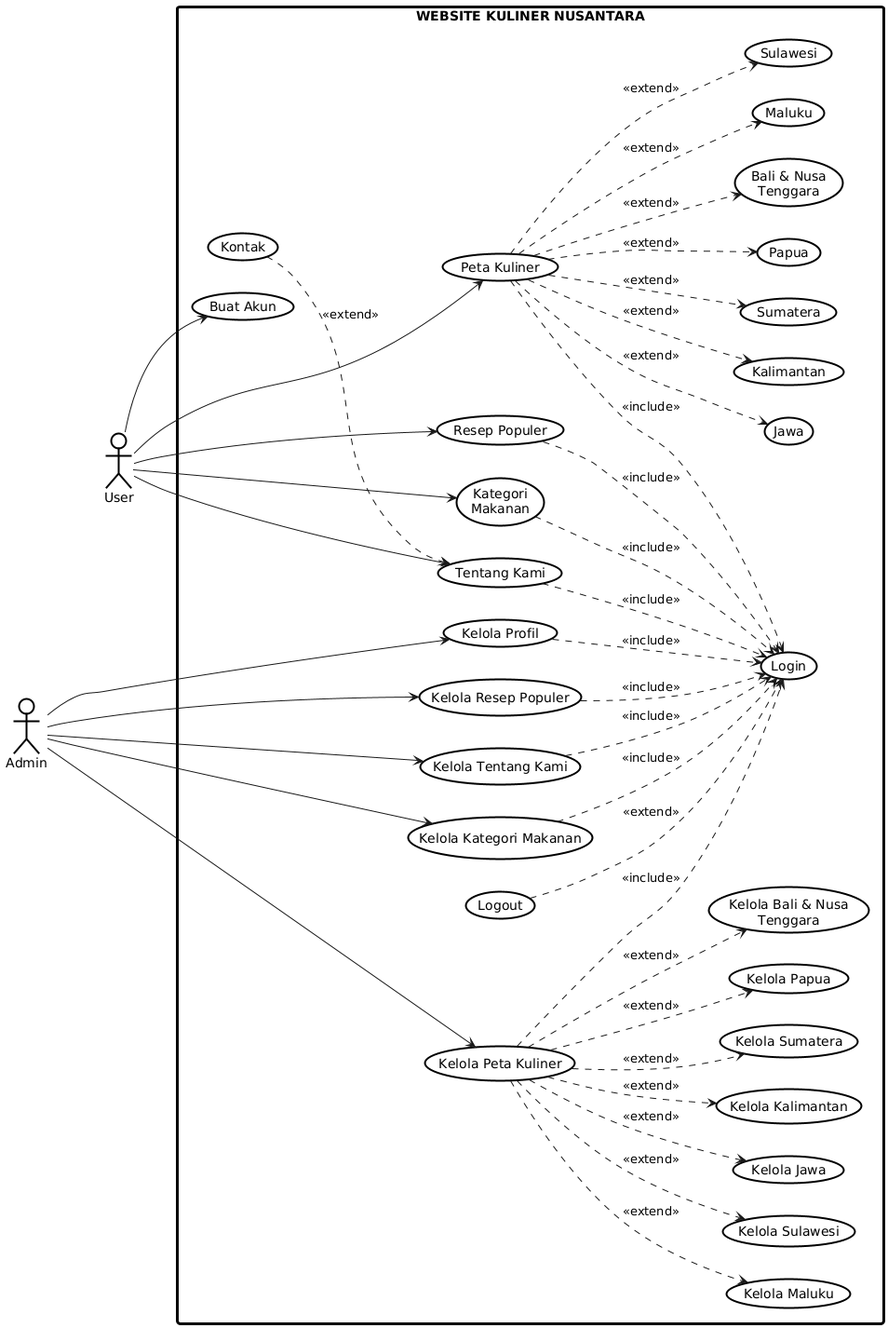
Above: image/Use Case Revisi Final.png in salmaarayyan/projectPDW2025 (PlantUML), before the change.
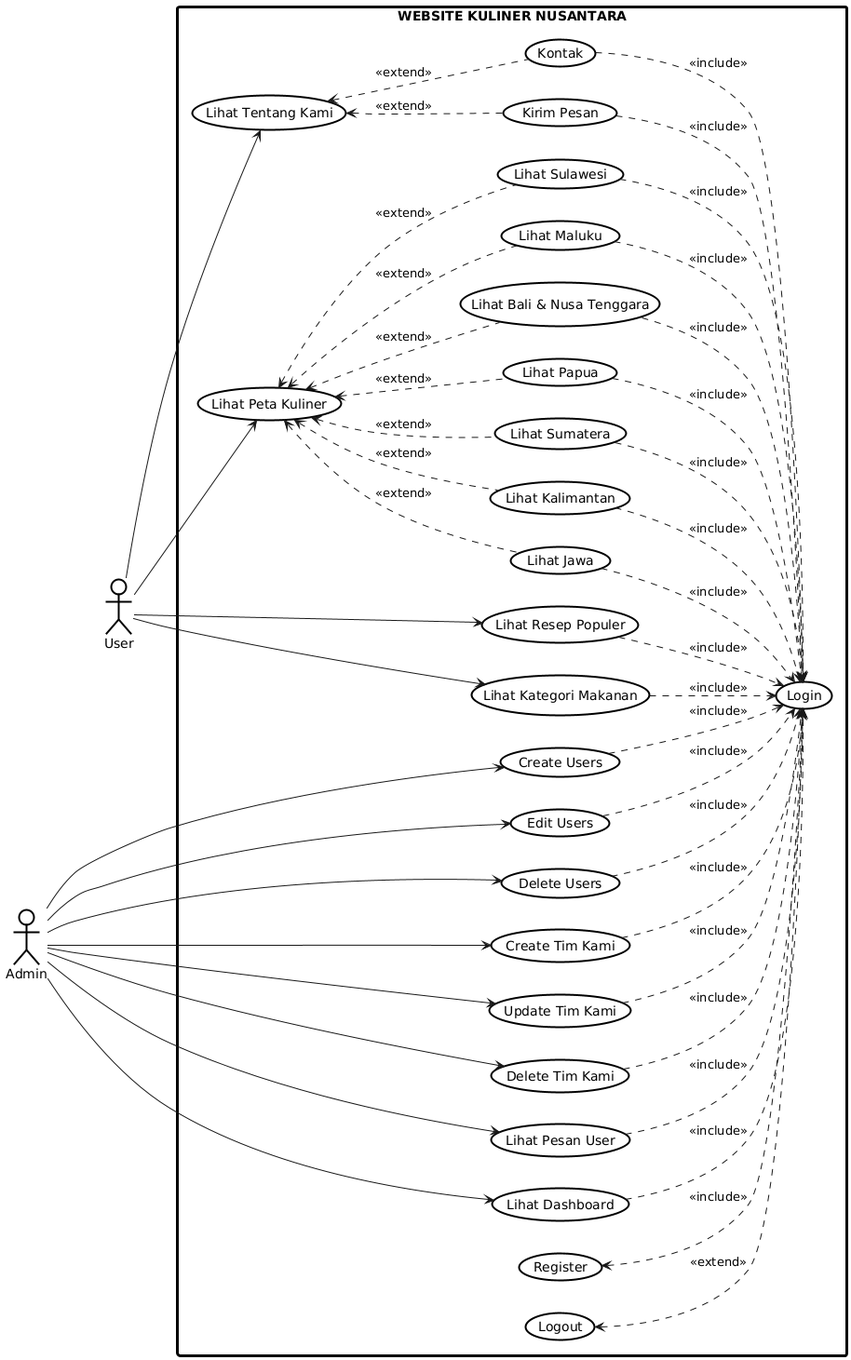
After the change.

The edit, as a diff of the source:
```diff
@@ -1,5 +1,4 @@
 @startuml
-!define RECTANGLE class
 skinparam usecase {
     BackgroundColor White
     BorderColor Black
@@ -15,86 +14,92 @@
     BorderColor Black
     BorderThickness 3
 }
-
 left to right direction
 
+actor Admin
 actor User
-actor Admin
 Admin -[hidden]- User
 
 rectangle "WEBSITE KULINER NUSANTARA" {
+    usecase "Login" as Login
+    usecase "Logout" as Logout
+    usecase "Register" as BuatAkun
 
-    (Kelola Profil) as MengelolaProfil
-    (Kelola Resep Populer) as KelolaResep
-    (Kelola Tentang Kami) as KelolaKami
-    (Kelola Peta Kuliner) as KelolaPeta
-    (Kelola Kategori Makanan) as KelolaMakanan
+    usecase "Create Users" as MengelolaUser
+    usecase "Edit Users" as MengelolaUser1
+    usecase "Delete Users" as MengelolaUser2
 
-    (Kelola Jawa) as Jawa1
-    (Kelola Kalimantan) as Kalimantan1
-    (Kelola Sumatera) as Sumatera1
-    (Kelola Papua) as Papua1
-    (Kelola Bali & Nusa\nTenggara) as BaliNusa1
-    (Kelola Maluku) as Maluku1
-    (Kelola Sulawesi) as Sulawesi1
+    usecase "Create Tim Kami" as KelolaKami
+    usecase "Update Tim Kami" as KelolaKami1
+    usecase "Delete Tim Kami" as KelolaKami2
 
-    (Buat Akun) as BuatAkun
-    (Resep Populer) as ResepPopuler
-    (Tentang Kami) as TentangKami
-    (Kontak) as Kontak
-    (Login) as Login
-    (Logout) as Logout
+    usecase "Lihat Pesan User" as PesanUser
 
-    (Peta Kuliner) as PetaKuliner
+    usecase "Lihat Dashboard" as Dashboard
 
-    (Kategori\nMakanan) as KategoriMakanan
-    (Jawa) as Jawa
-    (Kalimantan) as Kalimantan
-    (Sumatera) as Sumatera
-    (Papua) as Papua
-    (Bali & Nusa\nTenggara) as BaliNusa
-    (Maluku) as Maluku
-    (Sulawesi) as Sulawesi
+    usecase "Lihat Resep Populer" as ResepPopuler
+    usecase "Lihat Tentang Kami" as TentangKami
+    usecase "Kontak" as Kontak
+    usecase "Kirim Pesan" as KirimPesan
+    usecase "Lihat Peta Kuliner" as PetaKuliner
+    usecase "Lihat Kategori Makanan" as KategoriMakanan
+
+    usecase "Lihat Jawa" as Jawa1
+    usecase "Lihat Kalimantan" as Kalimantan1
+    usecase "Lihat Sumatera" as Sumatera1
+    usecase "Lihat Papua" as Papua1
+    usecase "Lihat Bali & Nusa Tenggara" as BaliNusa1
+    usecase "Lihat Maluku" as Maluku1
+    usecase "Lihat Sulawesi" as Sulawesi1
 }
 
-Admin --> MengelolaProfil
-Admin --> KelolaResep
 Admin --> KelolaKami
-Admin --> KelolaPeta
-Admin --> KelolaMakanan
+Admin --> KelolaKami1
+Admin --> KelolaKami2
+Admin --> MengelolaUser
+Admin --> MengelolaUser1
+Admin --> MengelolaUser2
+Admin --> PesanUser
+Admin --> Dashboard
 
-KelolaPeta ..> Jawa1 : <<extend>>
-KelolaPeta ..> Kalimantan1 : <<extend>>
-KelolaPeta ..> Sumatera1 : <<extend>>
-KelolaPeta ..> Papua1 : <<extend>>
-KelolaPeta ..> BaliNusa1 : <<extend>>
-KelolaPeta ..> Maluku1 : <<extend>>
-KelolaPeta ..> Sulawesi1 : <<extend>>
-
-User --> BuatAkun
 User --> ResepPopuler
 User --> TentangKami
 User --> PetaKuliner
 User --> KategoriMakanan
 
-MengelolaProfil ..> Login : <<include>>
-KelolaResep ..> Login : <<include>>
 KelolaKami ..> Login : <<include>>
-KelolaPeta ..> Login : <<include>>
-KelolaMakanan ..> Login : <<include>>
-Logout ..> Login : <<extend>>
+KelolaKami1 ..> Login : <<include>>
+KelolaKami2 ..> Login : <<include>>
+MengelolaUser ..> Login : <<include>>
+MengelolaUser1 ..> Login : <<include>>
+MengelolaUser2 ..> Login : <<include>>
+PesanUser ..> Login : <<include>>
+Dashboard ..> Login : <<include>>
+
+BuatAkun <.. Login : <<include>>
 
 ResepPopuler ..> Login : <<include>>
-TentangKami ..> Login : <<include>>
-Kontak ..> TentangKami : <<extend>>
-PetaKuliner ..> Login : <<include>>
 KategoriMakanan ..> Login : <<include>>
+KirimPesan ..> Login : <<include>>
+Kontak ..> Login : <<include>>
+Jawa1 ..> Login : <<include>>
+Kalimantan1 ..> Login : <<include>>
+Sumatera1 ..> Login : <<include>>
+Papua1 ..> Login : <<include>>
+BaliNusa1 ..> Login : <<include>>
+Maluku1 ..> Login : <<include>>
+Sulawesi1 ..> Login : <<include>>
 
-PetaKuliner ..> Jawa : <<extend>>
-PetaKuliner ..> Kalimantan : <<extend>>
-PetaKuliner ..> Sumatera : <<extend>>
-PetaKuliner ..> Papua : <<extend>>
-PetaKuliner ..> BaliNusa : <<extend>>
-PetaKuliner ..> Maluku : <<extend>>
-PetaKuliner ..> Sulawesi : <<extend>>
+Logout <.. Login : <<extend>>
+
+TentangKami <.. Kontak : <<extend>>
+TentangKami <.. KirimPesan : <<extend>>
+
+PetaKuliner <.. Jawa1 : <<extend>>
+PetaKuliner <.. Kalimantan1 : <<extend>>
+PetaKuliner <.. Sumatera1 : <<extend>>
+PetaKuliner <.. Papua1 : <<extend>>
+PetaKuliner <.. BaliNusa1 : <<extend>>
+PetaKuliner <.. Maluku1 : <<extend>>
+PetaKuliner <.. Sulawesi1 : <<extend>>
 @enduml
```
